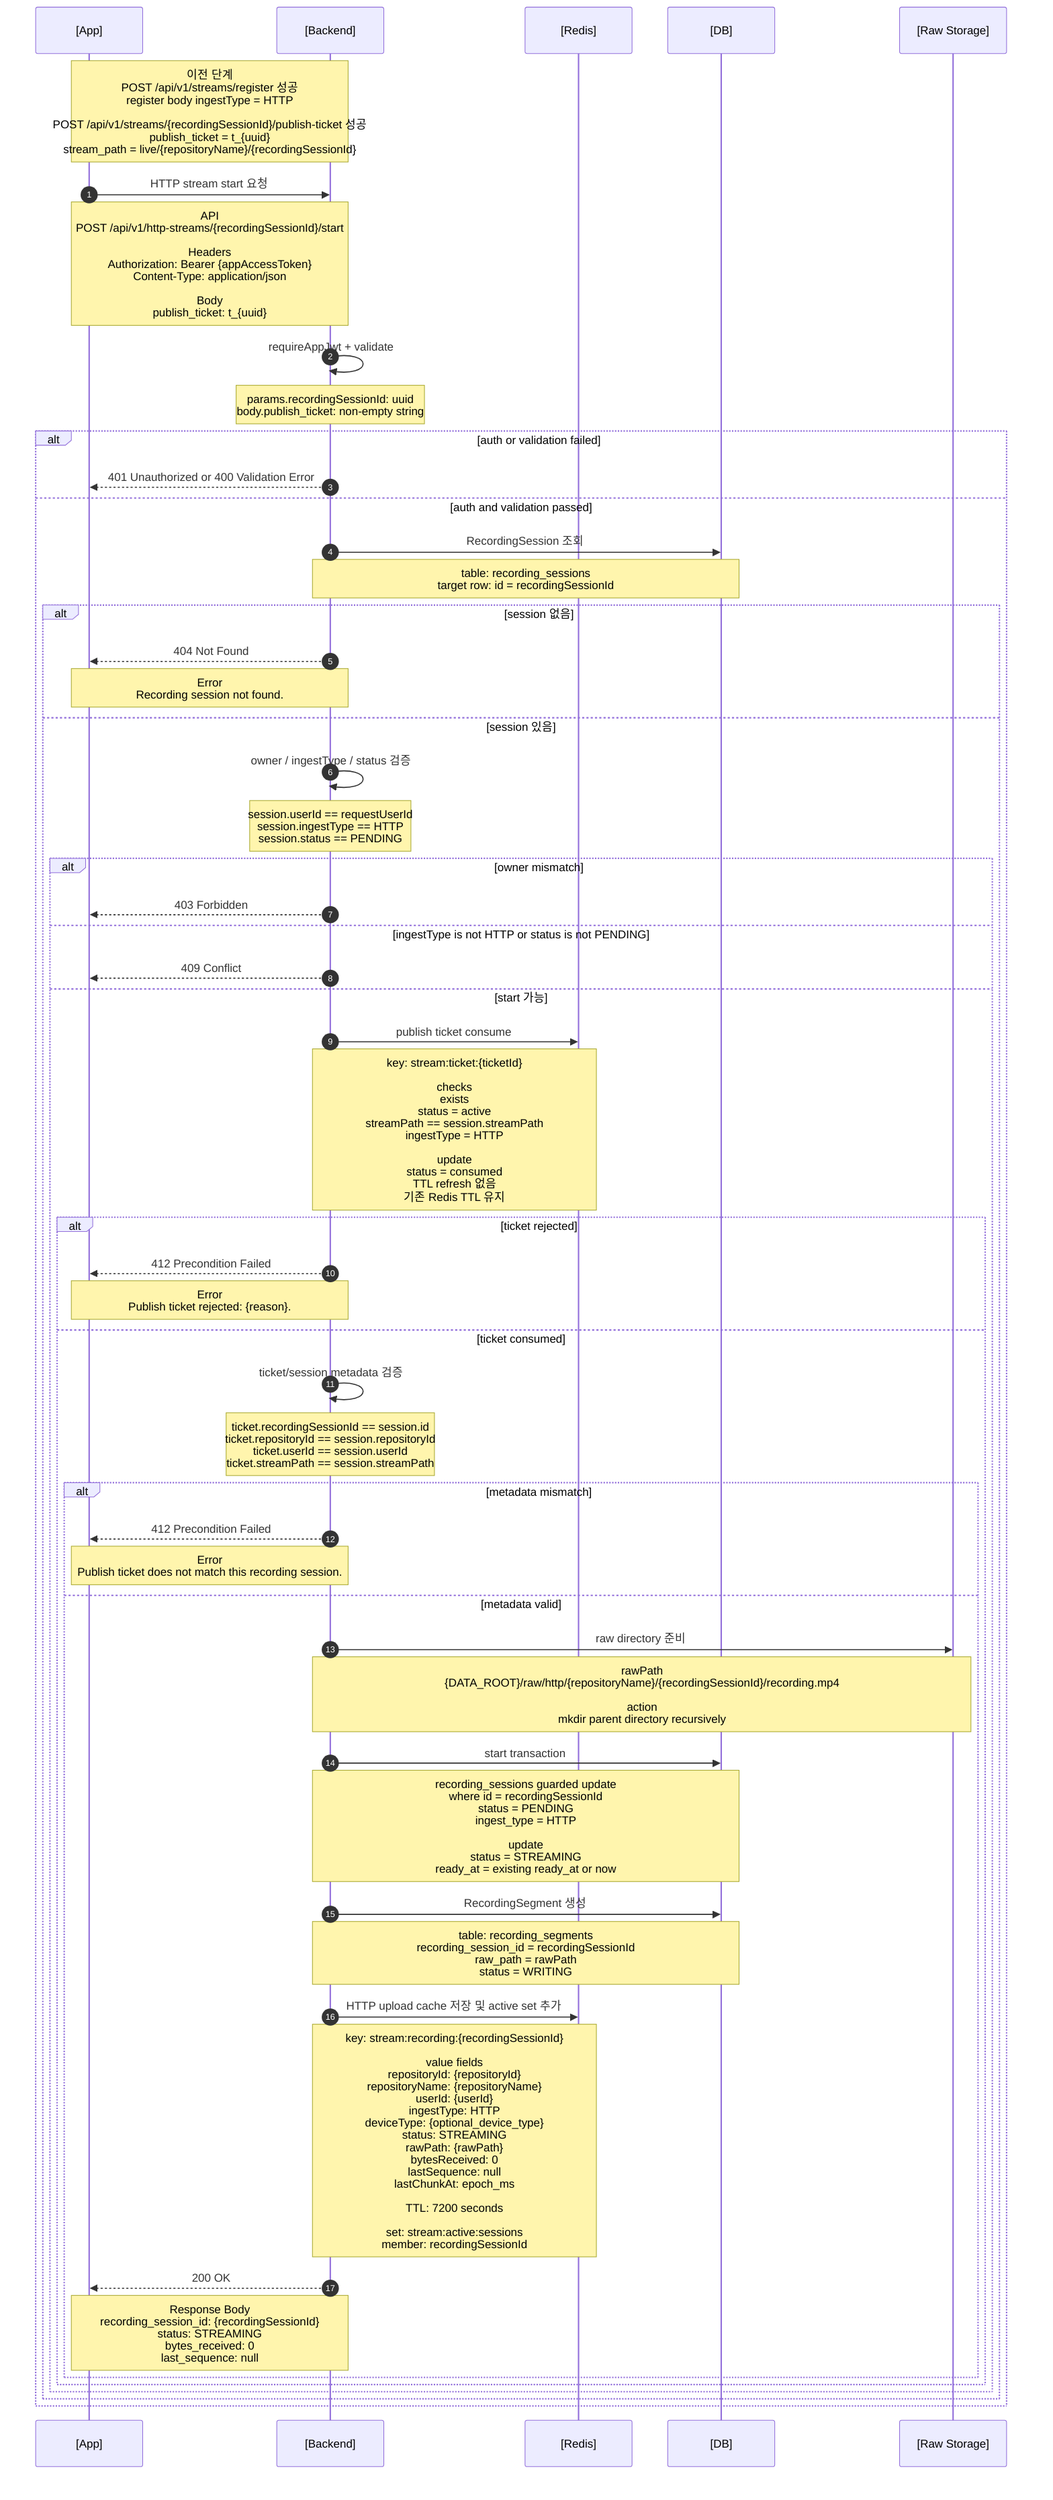
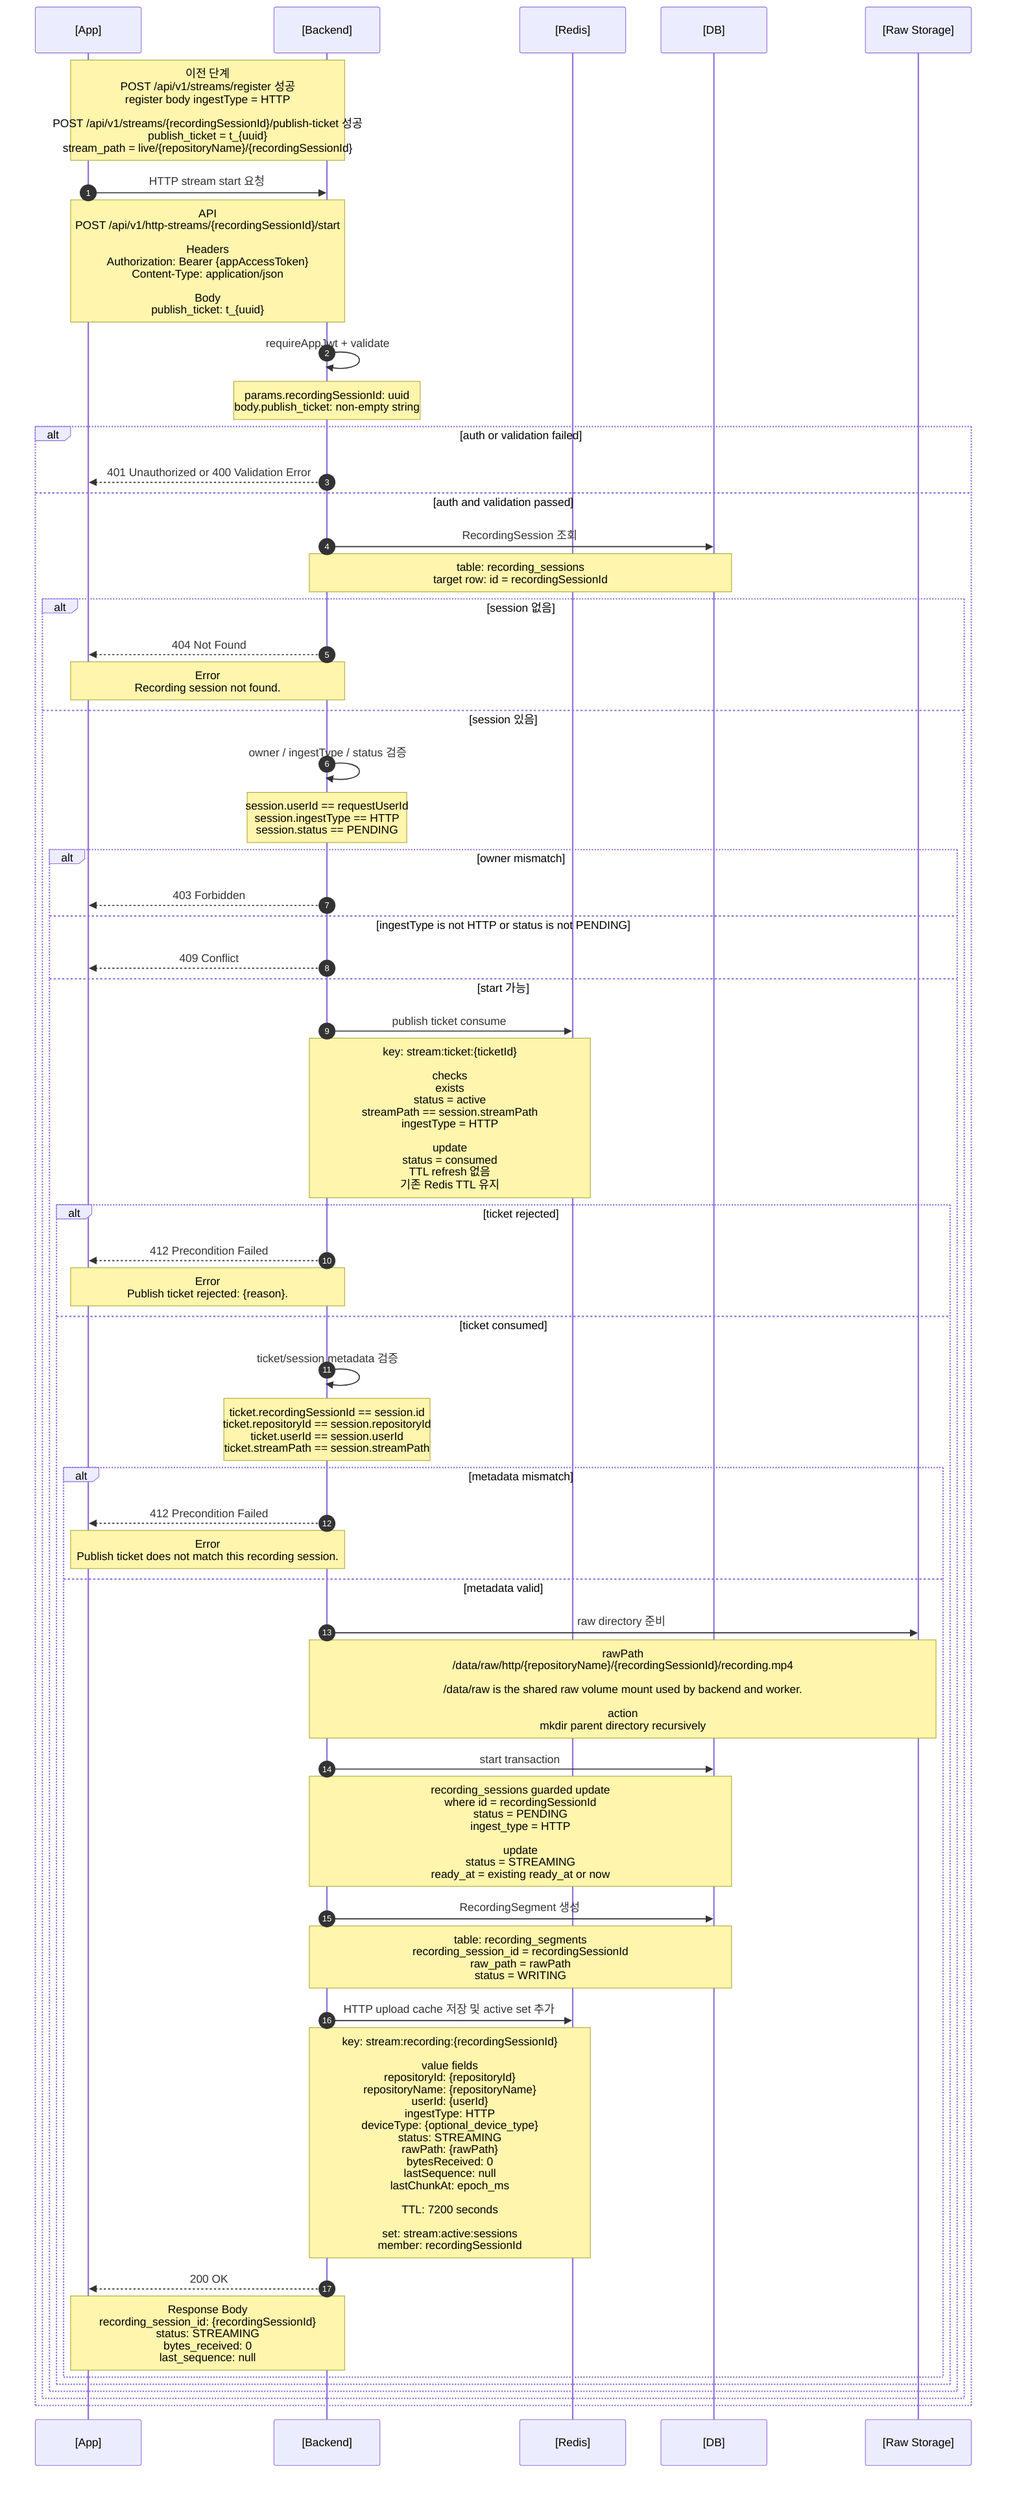
sequenceDiagram
  autonumber
  participant App as [App]
  participant Backend as [Backend]
  participant Redis as [Redis]
  participant DB as [DB]
  participant Storage as [Raw Storage]

  Note over App,Backend: 이전 단계<br/>POST /api/v1/streams/register 성공<br/>register body ingestType = HTTP<br/><br/>POST /api/v1/streams/{recordingSessionId}/publish-ticket 성공<br/>publish_ticket = t_{uuid}<br/>stream_path = live/{repositoryName}/{recordingSessionId}

  App->>Backend: HTTP stream start 요청
  Note over App,Backend: API<br/>POST /api/v1/http-streams/{recordingSessionId}/start<br/><br/>Headers<br/>Authorization: Bearer {appAccessToken}<br/>Content-Type: application/json<br/><br/>Body<br/>publish_ticket: t_{uuid}

  Backend->>Backend: requireAppJwt + validate
  Note over Backend: params.recordingSessionId: uuid<br/>body.publish_ticket: non-empty string

  alt auth or validation failed
    Backend-->>App: 401 Unauthorized or 400 Validation Error
  else auth and validation passed
    Backend->>DB: RecordingSession 조회
    Note over Backend,DB: table: recording_sessions<br/>target row: id = recordingSessionId

    alt session 없음
      Backend-->>App: 404 Not Found
      Note over App,Backend: Error<br/>Recording session not found.
    else session 있음
      Backend->>Backend: owner / ingestType / status 검증
      Note over Backend: session.userId == requestUserId<br/>session.ingestType == HTTP<br/>session.status == PENDING

      alt owner mismatch
        Backend-->>App: 403 Forbidden
      else ingestType is not HTTP or status is not PENDING
        Backend-->>App: 409 Conflict
      else start 가능
        Backend->>Redis: publish ticket consume
        Note over Backend,Redis: key: stream:ticket:{ticketId}<br/><br/>checks<br/>exists<br/>status = active<br/>streamPath == session.streamPath<br/>ingestType = HTTP<br/><br/>update<br/>status = consumed<br/>TTL refresh 없음<br/>기존 Redis TTL 유지

        alt ticket rejected
          Backend-->>App: 412 Precondition Failed
          Note over App,Backend: Error<br/>Publish ticket rejected: {reason}.
        else ticket consumed
          Backend->>Backend: ticket/session metadata 검증
          Note over Backend: ticket.recordingSessionId == session.id<br/>ticket.repositoryId == session.repositoryId<br/>ticket.userId == session.userId<br/>ticket.streamPath == session.streamPath

          alt metadata mismatch
            Backend-->>App: 412 Precondition Failed
            Note over App,Backend: Error<br/>Publish ticket does not match this recording session.
          else metadata valid
            Backend->>Storage: raw directory 준비
-             Note over Backend,Storage: rawPath<br/>{DATA_ROOT}/raw/http/{repositoryName}/{recordingSessionId}/recording.mp4<br/><br/>action<br/>mkdir parent directory recursively
+             Note over Backend,Storage: rawPath<br/>/data/raw/http/{repositoryName}/{recordingSessionId}/recording.mp4<br/><br/>/data/raw is the shared raw volume mount used by backend and worker.<br/><br/>action<br/>mkdir parent directory recursively

            Backend->>DB: start transaction
            Note over Backend,DB: recording_sessions guarded update<br/>where id = recordingSessionId<br/>status = PENDING<br/>ingest_type = HTTP<br/><br/>update<br/>status = STREAMING<br/>ready_at = existing ready_at or now

            Backend->>DB: RecordingSegment 생성
            Note over Backend,DB: table: recording_segments<br/>recording_session_id = recordingSessionId<br/>raw_path = rawPath<br/>status = WRITING

            Backend->>Redis: HTTP upload cache 저장 및 active set 추가
            Note over Backend,Redis: key: stream:recording:{recordingSessionId}<br/><br/>value fields<br/>repositoryId: {repositoryId}<br/>repositoryName: {repositoryName}<br/>userId: {userId}<br/>ingestType: HTTP<br/>deviceType: {optional_device_type}<br/>status: STREAMING<br/>rawPath: {rawPath}<br/>bytesReceived: 0<br/>lastSequence: null<br/>lastChunkAt: epoch_ms<br/><br/>TTL: 7200 seconds<br/><br/>set: stream:active:sessions<br/>member: recordingSessionId

            Backend-->>App: 200 OK
            Note over App,Backend: Response Body<br/>recording_session_id: {recordingSessionId}<br/>status: STREAMING<br/>bytes_received: 0<br/>last_sequence: null
          end
        end
      end
    end
  end

%% 참고:
%% HTTP start는 MediaMTX를 거치지 않는다.
%% publish-ticket까지는 MEDIAMTX ingest와 같은 공통 인증 흐름을 사용한다.
%% HTTP start는 ingestType=HTTP ticket만 consume한다.
%% 현재 코드 기준 ticket consume은 DB transaction보다 먼저 수행된다.
%% HTTP start 성공 후 chunk upload hot path는 DB 조회 없이 Redis upload cache와 file append를 사용한다.
